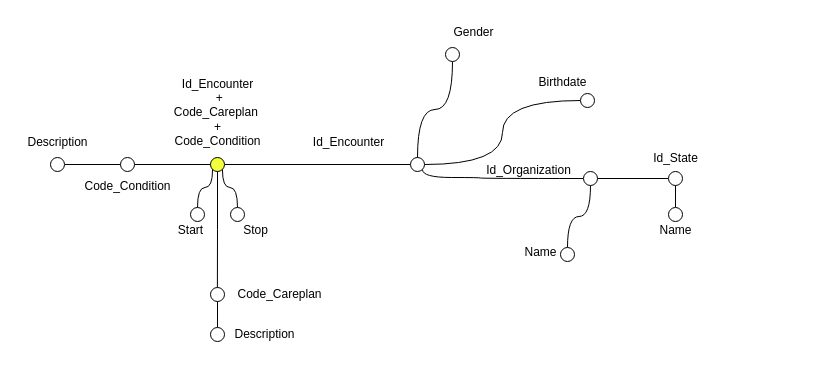
Above: Alberi_Elaborated/Plan.drawio in MircoPerna99/BigDataManagement_Team (draw.io), before the change. Source tidied: cells renumbered, new cells numbered last; positions are measured from the earlier drawing's top-left corner, leaving out a move shared by most shapes. Both pictures are drawn from the tidied source at 100%, with x=0, y=0 at pixel (17, 17).
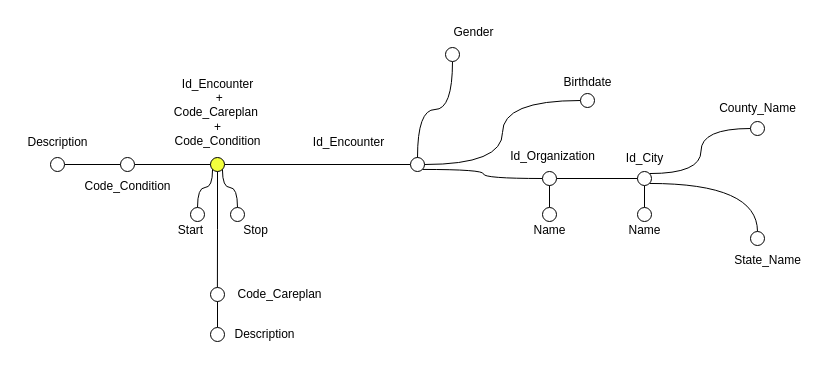
Above is the later version.

The change refers to these unchanged cells:
```xml
<mxCell id="3" style="ellipse;whiteSpace=wrap;html=1;fillColor=#F2FF3D;" parent="1" vertex="1">
  <mxGeometry x="193" y="140" width="14" height="14" as="geometry" />
</mxCell>
<mxCell id="6" style="ellipse;whiteSpace=wrap;html=1;fillColor=#FFFFFF;" parent="1" vertex="1">
  <mxGeometry x="393" y="140" width="14" height="14" as="geometry" />
</mxCell>
```

The edit, as a diff of the source:
```diff
@@
-    <mxCell id="5" style="edgeStyle=orthogonalEdgeStyle;rounded=0;jettySize=auto;html=1;exitX=1;exitY=1;exitDx=0;exitDy=0;entryX=0;entryY=0.5;entryDx=0;entryDy=0;curved=1;endArrow=none;startFill=0;endFill=1;" parent="1" edge="1" source="6" target="28">
-      <mxGeometry relative="1" as="geometry">
-        <Array as="points">
-          <mxPoint x="405" y="160" />
-          <mxPoint x="463" y="160" />
-        </Array>
-      </mxGeometry>
-    </mxCell>
+    <mxCell id="43" style="edgeStyle=orthogonalEdgeStyle;rounded=0;jettySize=auto;html=1;exitX=1;exitY=1;exitDx=0;exitDy=0;entryX=0;entryY=0.5;entryDx=0;entryDy=0;curved=1;endArrow=none;startFill=0;" parent="1" edge="1" source="6" target="54">
+      <mxGeometry relative="1" as="geometry" />
+    </mxCell>
@@
-    <mxCell id="16" style="edgeStyle=orthogonalEdgeStyle;rounded=0;jettySize=auto;html=1;exitX=0.5;exitY=1;exitDx=0;exitDy=0;entryX=0.496;entryY=-0.153;entryDx=0;entryDy=0;entryPerimeter=0;endArrow=none;startFill=0;" parent="1" edge="1" source="3">
-      <mxGeometry relative="1" as="geometry">
-        <mxPoint x="199.9" y="269.9" as="targetPoint" />
-      </mxGeometry>
-    </mxCell>
+    <mxCell id="44" style="edgeStyle=orthogonalEdgeStyle;rounded=0;jettySize=auto;html=1;exitX=0.5;exitY=1;exitDx=0;exitDy=0;entryX=0.496;entryY=-0.153;entryDx=0;entryDy=0;entryPerimeter=0;endArrow=none;startFill=0;" parent="1" edge="1" source="3">
+      <mxGeometry relative="1" as="geometry">
+        <mxPoint x="199.9" y="269.9" as="targetPoint" />
+      </mxGeometry>
+    </mxCell>
@@
-    <mxCell id="26" style="edgeStyle=orthogonalEdgeStyle;rounded=0;jettySize=auto;html=1;exitX=1;exitY=0.5;exitDx=0;exitDy=0;entryX=0;entryY=0.5;entryDx=0;entryDy=0;endArrow=none;startFill=0;endFill=1;" parent="1" edge="1" source="28" target="30">
-      <mxGeometry relative="1" as="geometry" />
-    </mxCell>
-    <mxCell id="27" style="edgeStyle=orthogonalEdgeStyle;rounded=0;jettySize=auto;html=1;exitX=0.5;exitY=1;exitDx=0;exitDy=0;entryX=0.5;entryY=0;entryDx=0;entryDy=0;curved=1;endArrow=none;startFill=0;" parent="1" edge="1" source="28" target="31">
-      <mxGeometry relative="1" as="geometry" />
-    </mxCell>
-    <mxCell id="28" style="ellipse;whiteSpace=wrap;html=1;fillColor=#FFFFFF;" parent="1" vertex="1">
-      <mxGeometry x="566" y="154" width="14" height="14" as="geometry" />
-    </mxCell>
-    <mxCell id="29" value="Id_Organization" style="text;html=1;align=center;verticalAlign=middle;strokeColor=none;fillColor=none;" parent="1" vertex="1">
-      <mxGeometry x="456" y="138" width="110" height="30" as="geometry" />
-    </mxCell>
-    <mxCell id="30" style="ellipse;whiteSpace=wrap;html=1;fillColor=#FFFFFF;" parent="1" vertex="1">
-      <mxGeometry x="651" y="154" width="14" height="14" as="geometry" />
-    </mxCell>
-    <mxCell id="31" style="ellipse;whiteSpace=wrap;html=1;fillColor=#FFFFFF;" parent="1" vertex="1">
-      <mxGeometry x="543" y="230" width="14" height="14" as="geometry" />
-    </mxCell>
-    <mxCell id="32" value="Name" style="text;html=1;align=center;verticalAlign=middle;strokeColor=none;fillColor=none;" parent="1" vertex="1">
-      <mxGeometry x="493" y="220" width="60" height="30" as="geometry" />
-    </mxCell>
-    <mxCell id="33" style="edgeStyle=orthogonalEdgeStyle;rounded=0;jettySize=auto;html=1;entryX=0.5;entryY=1;entryDx=0;entryDy=0;endArrow=none;startFill=0;" parent="1" edge="1" source="34" target="30">
-      <mxGeometry relative="1" as="geometry" />
-    </mxCell>
-    <mxCell id="34" style="ellipse;whiteSpace=wrap;html=1;fillColor=#FFFFFF;" parent="1" vertex="1">
-      <mxGeometry x="651" y="190" width="14" height="14" as="geometry" />
-    </mxCell>
-    <mxCell id="35" value="Name" style="text;html=1;align=center;verticalAlign=middle;strokeColor=none;fillColor=none;" parent="1" vertex="1">
-      <mxGeometry x="628" y="198" width="60" height="30" as="geometry" />
-    </mxCell>
-    <mxCell id="36" value="Id_State" style="text;html=1;align=center;verticalAlign=middle;strokeColor=none;fillColor=none;" parent="1" vertex="1">
-      <mxGeometry x="623" y="126" width="70" height="30" as="geometry" />
-    </mxCell>
+    <mxCell id="45" style="edgeStyle=orthogonalEdgeStyle;rounded=0;jettySize=auto;html=1;exitX=1;exitY=0;exitDx=0;exitDy=0;entryX=0;entryY=0.5;entryDx=0;entryDy=0;endArrow=none;startFill=0;endFill=1;elbow=vertical;curved=1;" parent="1" edge="1" source="48" target="49">
+      <mxGeometry relative="1" as="geometry" />
+    </mxCell>
+    <mxCell id="46" style="edgeStyle=orthogonalEdgeStyle;rounded=0;jettySize=auto;html=1;entryX=0.5;entryY=0;entryDx=0;entryDy=0;endArrow=none;startFill=0;" parent="1" edge="1" source="48" target="50">
+      <mxGeometry relative="1" as="geometry" />
+    </mxCell>
+    <mxCell id="47" style="edgeStyle=orthogonalEdgeStyle;rounded=0;jettySize=auto;html=1;exitX=1;exitY=1;exitDx=0;exitDy=0;entryX=0.5;entryY=0;entryDx=0;entryDy=0;curved=1;endArrow=none;startFill=0;" parent="1" edge="1" source="48" target="59">
+      <mxGeometry relative="1" as="geometry" />
+    </mxCell>
+    <mxCell id="48" style="ellipse;whiteSpace=wrap;html=1;fillColor=#FFFFFF;" parent="1" vertex="1">
+      <mxGeometry x="620" y="154" width="14" height="14" as="geometry" />
+    </mxCell>
+    <mxCell id="49" style="ellipse;whiteSpace=wrap;html=1;fillColor=#FFFFFF;" parent="1" vertex="1">
+      <mxGeometry x="733" y="104" width="14" height="14" as="geometry" />
+    </mxCell>
+    <mxCell id="50" style="ellipse;whiteSpace=wrap;html=1;fillColor=#FFFFFF;" parent="1" vertex="1">
+      <mxGeometry x="620" y="190" width="14" height="14" as="geometry" />
+    </mxCell>
+    <mxCell id="51" value="Name" style="text;html=1;align=center;verticalAlign=middle;strokeColor=none;fillColor=none;" parent="1" vertex="1">
+      <mxGeometry x="597" y="198" width="60" height="30" as="geometry" />
+    </mxCell>
+    <mxCell id="52" value="County_Name" style="text;html=1;align=center;verticalAlign=middle;strokeColor=none;fillColor=none;" parent="1" vertex="1">
+      <mxGeometry x="690" y="76" width="100" height="30" as="geometry" />
+    </mxCell>
@@
     <mxCell id="42" value="Birthdate" style="text;html=1;align=center;verticalAlign=middle;strokeColor=none;fillColor=none;" parent="1" vertex="1">
-      <mxGeometry x="510" y="50" width="70" height="30" as="geometry" />
+      <mxGeometry x="535" y="50" width="70" height="30" as="geometry" />
     </mxCell>
+    <mxCell id="53" style="edgeStyle=orthogonalEdgeStyle;rounded=0;jettySize=auto;html=1;entryX=0;entryY=0.5;entryDx=0;entryDy=0;endArrow=none;startFill=0;" parent="1" edge="1" source="54" target="48">
+      <mxGeometry relative="1" as="geometry" />
+    </mxCell>
+    <mxCell id="54" style="ellipse;whiteSpace=wrap;html=1;fillColor=#FFFFFF;" parent="1" vertex="1">
+      <mxGeometry x="525" y="154" width="14" height="14" as="geometry" />
+    </mxCell>
+    <mxCell id="55" style="edgeStyle=orthogonalEdgeStyle;rounded=0;jettySize=auto;html=1;entryX=0.5;entryY=1;entryDx=0;entryDy=0;endArrow=none;startFill=0;" parent="1" edge="1" source="56" target="54">
+      <mxGeometry relative="1" as="geometry" />
+    </mxCell>
+    <mxCell id="56" style="ellipse;whiteSpace=wrap;html=1;fillColor=#FFFFFF;" parent="1" vertex="1">
+      <mxGeometry x="525" y="190" width="14" height="14" as="geometry" />
+    </mxCell>
+    <mxCell id="57" value="Name" style="text;html=1;align=center;verticalAlign=middle;strokeColor=none;fillColor=none;" parent="1" vertex="1">
+      <mxGeometry x="502" y="198" width="60" height="30" as="geometry" />
+    </mxCell>
+    <mxCell id="29" value="&lt;font&gt;Id_Organization&lt;/font&gt;" style="text;html=1;align=center;verticalAlign=middle;strokeColor=none;fillColor=none;" parent="1" vertex="1">
+      <mxGeometry x="480" y="124" width="110" height="30" as="geometry" />
+    </mxCell>
+    <mxCell id="58" value="Id_City" style="text;html=1;align=center;verticalAlign=middle;strokeColor=none;fillColor=none;" parent="1" vertex="1">
+      <mxGeometry x="597" y="126" width="60" height="30" as="geometry" />
+    </mxCell>
+    <mxCell id="59" style="ellipse;whiteSpace=wrap;html=1;fillColor=#FFFFFF;" parent="1" vertex="1">
+      <mxGeometry x="733" y="214" width="14" height="14" as="geometry" />
+    </mxCell>
+    <mxCell id="60" value="State&lt;span style=&quot;background-color: transparent; color: light-dark(rgb(0, 0, 0), rgb(255, 255, 255));&quot;&gt;_Name&lt;/span&gt;" style="text;html=1;align=center;verticalAlign=middle;strokeColor=none;fillColor=none;" parent="1" vertex="1">
+      <mxGeometry x="705" y="228" width="90" height="30" as="geometry" />
+    </mxCell>
```
